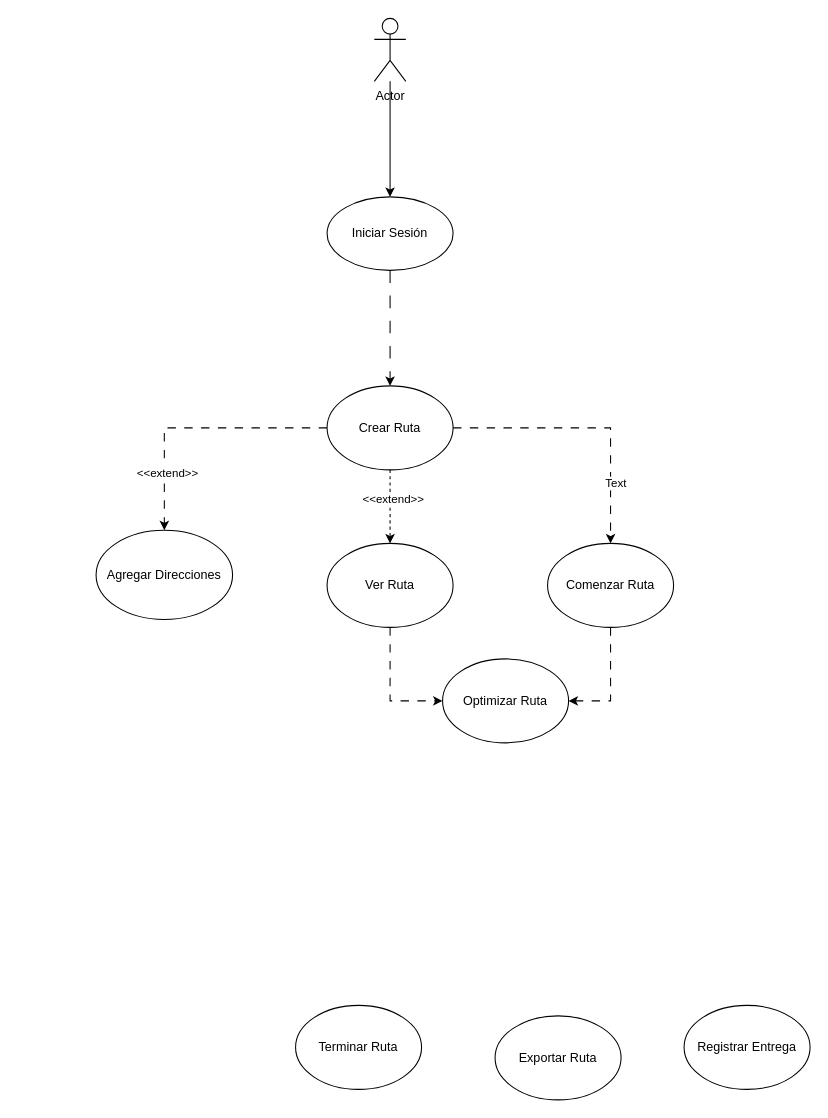
The draw.io diagram Caso de uso.drawio in josecastilloUai/Diagramas, before the edit. Source tidied: cells renumbered, new cells numbered last; positions are measured from the earlier drawing's top-left corner, leaving out a move shared by most shapes. Both pictures are drawn from the tidied source at 105%, with x=0, y=0 at pixel (96, 18).
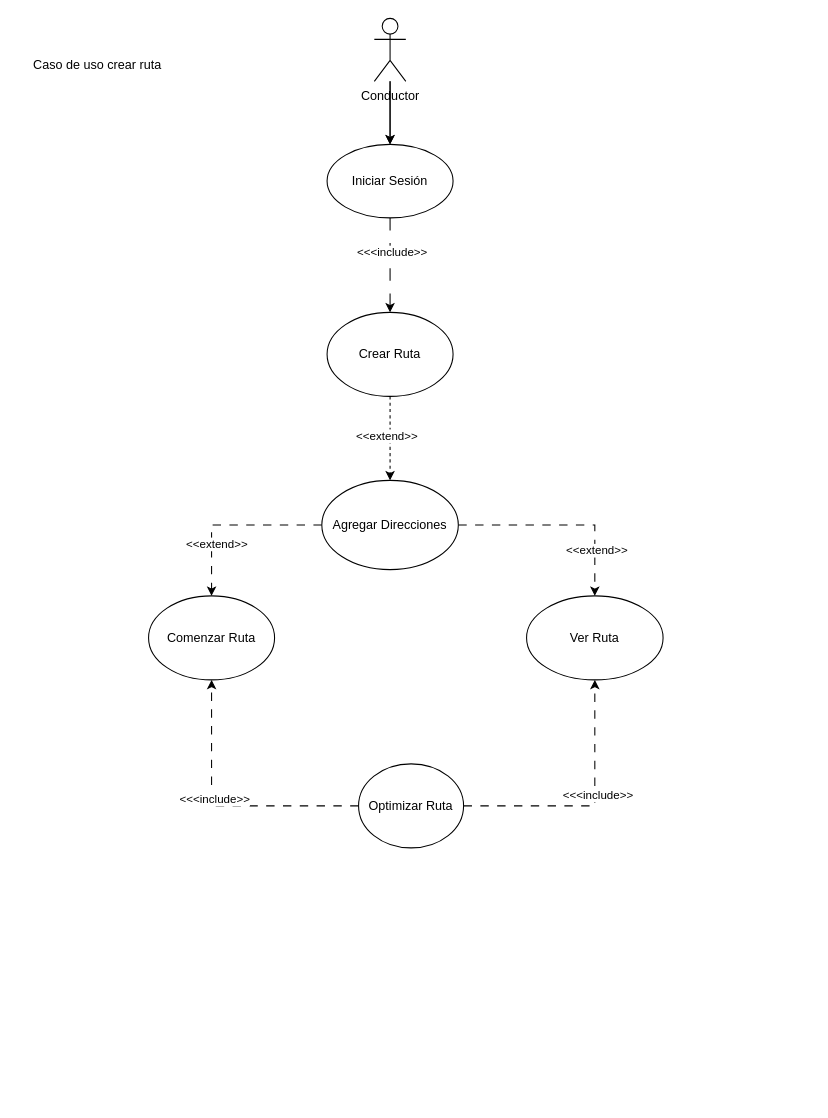
After the change.

Unchanged cells that the change refers to:
```xml
<mxCell id="4" style="edgeStyle=orthogonalEdgeStyle;rounded=0;jettySize=auto;html=1;entryX=0.5;entryY=0;entryDx=0;entryDy=0;dashed=1;dashPattern=12 12;" parent="1" edge="1" source="5" target="12">
  <mxGeometry relative="1" as="geometry" />
</mxCell>
```

Diff of the diagram source:
```diff
@@
+    <mxCell id="22" style="edgeStyle=orthogonalEdgeStyle;rounded=0;jettySize=auto;html=1;" parent="1" edge="1" source="3" target="5">
+      <mxGeometry relative="1" as="geometry" />
+    </mxCell>
-    <mxCell id="3" value="Actor" style="shape=umlActor;verticalLabelPosition=bottom;verticalAlign=top;html=1;outlineConnect=0;" parent="1" vertex="1">
+    <mxCell id="3" value="Conductor" style="shape=umlActor;verticalLabelPosition=bottom;verticalAlign=top;html=1;outlineConnect=0;" parent="1" vertex="1">
       <mxGeometry x="265" width="30" height="60" as="geometry" />
     </mxCell>
@@
+    <mxCell id="23" value="&amp;lt;&amp;lt;&amp;lt;include&amp;gt;&amp;gt;" style="edgeLabel;html=1;align=center;verticalAlign=middle;" parent="4" vertex="1">
+      <mxGeometry x="-0.29" y="1" relative="1" as="geometry" />
+    </mxCell>
     <mxCell id="5" value="Iniciar Sesión" style="ellipse;whiteSpace=wrap;html=1;" parent="1" vertex="1">
-      <mxGeometry x="220" y="170" width="120" height="70" as="geometry" />
+      <mxGeometry x="220" y="120" width="120" height="70" as="geometry" />
     </mxCell>
-    <mxCell id="6" style="edgeStyle=orthogonalEdgeStyle;rounded=0;jettySize=auto;html=1;entryX=0.5;entryY=0;entryDx=0;entryDy=0;dashed=1;dashPattern=8 8;" parent="1" edge="1" source="12" target="15">
-      <mxGeometry relative="1" as="geometry" />
+    <mxCell id="6" style="edgeStyle=orthogonalEdgeStyle;rounded=0;jettySize=auto;html=1;dashed=1;" parent="1" edge="1" source="12" target="15">
+      <mxGeometry relative="1" as="geometry">
+        <Array as="points">
+          <mxPoint x="280" y="420" />
+          <mxPoint x="280" y="420" />
+        </Array>
+      </mxGeometry>
     </mxCell>
-    <mxCell id="7" value="&amp;lt;&amp;lt;extend&amp;gt;&amp;gt;" style="edgeLabel;html=1;align=center;verticalAlign=middle;" parent="6" vertex="1">
-      <mxGeometry x="0.56" y="2" relative="1" as="geometry" />
-    </mxCell>
-    <mxCell id="8" style="edgeStyle=orthogonalEdgeStyle;rounded=0;jettySize=auto;html=1;entryX=0.5;entryY=0;entryDx=0;entryDy=0;dashed=1;" parent="1" edge="1" source="12" target="14">
-      <mxGeometry relative="1" as="geometry" />
-    </mxCell>
-    <mxCell id="9" value="&amp;lt;&amp;lt;extend&amp;gt;&amp;gt;" style="edgeLabel;html=1;align=center;verticalAlign=middle;" parent="8" vertex="1">
-      <mxGeometry x="-0.23" y="2" relative="1" as="geometry" />
-    </mxCell>
-    <mxCell id="10" style="edgeStyle=orthogonalEdgeStyle;rounded=0;jettySize=auto;html=1;entryX=0.5;entryY=0;entryDx=0;entryDy=0;dashed=1;dashPattern=8 8;" parent="1" edge="1" source="12" target="21">
-      <mxGeometry relative="1" as="geometry" />
-    </mxCell>
-    <mxCell id="11" value="Text" style="edgeLabel;html=1;align=center;verticalAlign=middle;" parent="10" vertex="1">
-      <mxGeometry x="0.55" y="4" relative="1" as="geometry" />
-    </mxCell>
+    <mxCell id="24" value="&amp;lt;&amp;lt;extend&amp;gt;&amp;gt;" style="edgeLabel;html=1;align=center;verticalAlign=middle;" parent="6" vertex="1">
+      <mxGeometry x="-0.07" y="-4" relative="1" as="geometry" />
+    </mxCell>
     <mxCell id="12" value="Crear Ruta" style="ellipse;whiteSpace=wrap;html=1;" parent="1" vertex="1">
-      <mxGeometry x="220" y="350" width="120" height="80" as="geometry" />
+      <mxGeometry x="220" y="280" width="120" height="80" as="geometry" />
     </mxCell>
-    <mxCell id="13" style="edgeStyle=orthogonalEdgeStyle;rounded=0;jettySize=auto;html=1;entryX=0;entryY=0.5;entryDx=0;entryDy=0;dashed=1;dashPattern=8 8;" parent="1" edge="1" source="14" target="16">
-      <mxGeometry relative="1" as="geometry" />
-    </mxCell>
     <mxCell id="14" value="Ver Ruta" style="ellipse;whiteSpace=wrap;html=1;" parent="1" vertex="1">
-      <mxGeometry x="220" y="500" width="120" height="80" as="geometry" />
+      <mxGeometry x="410" y="550" width="130" height="80" as="geometry" />
     </mxCell>
+    <mxCell id="25" style="edgeStyle=orthogonalEdgeStyle;rounded=0;jettySize=auto;html=1;entryX=0.5;entryY=0;entryDx=0;entryDy=0;dashed=1;dashPattern=8 8;" parent="1" edge="1" source="15" target="14">
+      <mxGeometry relative="1" as="geometry" />
+    </mxCell>
+    <mxCell id="26" value="&amp;lt;&amp;lt;extend&amp;gt;&amp;gt;" style="edgeLabel;html=1;align=center;verticalAlign=middle;" parent="25" vertex="1">
+      <mxGeometry x="0.55" y="1" relative="1" as="geometry">
+        <mxPoint y="1" as="offset" />
+      </mxGeometry>
+    </mxCell>
+    <mxCell id="27" style="edgeStyle=orthogonalEdgeStyle;rounded=0;jettySize=auto;html=1;dashed=1;dashPattern=8 8;" parent="1" edge="1" source="15" target="21">
+      <mxGeometry relative="1" as="geometry" />
+    </mxCell>
+    <mxCell id="28" value="&amp;lt;&amp;lt;extend&amp;gt;&amp;gt;" style="edgeLabel;html=1;align=center;verticalAlign=middle;" parent="27" vertex="1">
+      <mxGeometry x="0.43" y="4" relative="1" as="geometry" />
+    </mxCell>
     <mxCell id="15" value="Agregar Direcciones" style="ellipse;whiteSpace=wrap;html=1;" parent="1" vertex="1">
-      <mxGeometry y="487.5" width="130" height="85" as="geometry" />
+      <mxGeometry x="215" y="440" width="130" height="85" as="geometry" />
     </mxCell>
+    <mxCell id="29" style="edgeStyle=orthogonalEdgeStyle;rounded=0;jettySize=auto;html=1;entryX=0.5;entryY=1;entryDx=0;entryDy=0;dashed=1;dashPattern=8 8;" parent="1" edge="1" source="16" target="14">
+      <mxGeometry relative="1" as="geometry" />
+    </mxCell>
+    <mxCell id="30" value="&amp;lt;&amp;lt;&amp;lt;include&amp;gt;&amp;gt;" style="edgeLabel;html=1;align=center;verticalAlign=middle;" parent="29" vertex="1">
+      <mxGeometry x="0.11" y="-2" relative="1" as="geometry" />
+    </mxCell>
+    <mxCell id="31" style="edgeStyle=orthogonalEdgeStyle;rounded=0;jettySize=auto;html=1;entryX=0.5;entryY=1;entryDx=0;entryDy=0;dashed=1;dashPattern=8 8;" parent="1" edge="1" source="16" target="21">
+      <mxGeometry relative="1" as="geometry" />
+    </mxCell>
+    <mxCell id="32" value="&amp;lt;&amp;lt;&amp;lt;include&amp;gt;&amp;gt;" style="edgeLabel;html=1;align=center;verticalAlign=middle;" parent="31" vertex="1">
+      <mxGeometry x="0.13" y="-2" relative="1" as="geometry" />
+    </mxCell>
     <mxCell id="16" value="Optimizar Ruta " style="ellipse;whiteSpace=wrap;html=1;" parent="1" vertex="1">
-      <mxGeometry x="330" y="610" width="120" height="80" as="geometry" />
+      <mxGeometry x="250" y="710" width="100" height="80" as="geometry" />
     </mxCell>
-    <mxCell id="17" value=" Exportar Ruta" style="ellipse;whiteSpace=wrap;html=1;" parent="1" vertex="1">
-      <mxGeometry x="380" y="950" width="120" height="80" as="geometry" />
-    </mxCell>
-    <mxCell id="18" value="Registrar Entrega" style="ellipse;whiteSpace=wrap;html=1;" parent="1" vertex="1">
-      <mxGeometry x="560" y="940" width="120" height="80" as="geometry" />
-    </mxCell>
-    <mxCell id="19" value="Terminar Ruta " style="ellipse;whiteSpace=wrap;html=1;" parent="1" vertex="1">
-      <mxGeometry x="190" y="940" width="120" height="80" as="geometry" />
-    </mxCell>
-    <mxCell id="20" style="edgeStyle=orthogonalEdgeStyle;rounded=0;jettySize=auto;html=1;entryX=1;entryY=0.5;entryDx=0;entryDy=0;dashed=1;dashPattern=8 8;" parent="1" edge="1" source="21" target="16">
-      <mxGeometry relative="1" as="geometry" />
-    </mxCell>
     <mxCell id="21" value="Comenzar Ruta" style="ellipse;whiteSpace=wrap;html=1;" parent="1" vertex="1">
-      <mxGeometry x="430" y="500" width="120" height="80" as="geometry" />
+      <mxGeometry x="50" y="550" width="120" height="80" as="geometry" />
     </mxCell>
+    <mxCell id="33" value="Caso de uso crear ruta" style="text;html=1;align=center;verticalAlign=middle;strokeColor=none;fillColor=none;" parent="1" vertex="1">
+      <mxGeometry x="-74" y="30" width="150" height="30" as="geometry" />
+    </mxCell>
```
